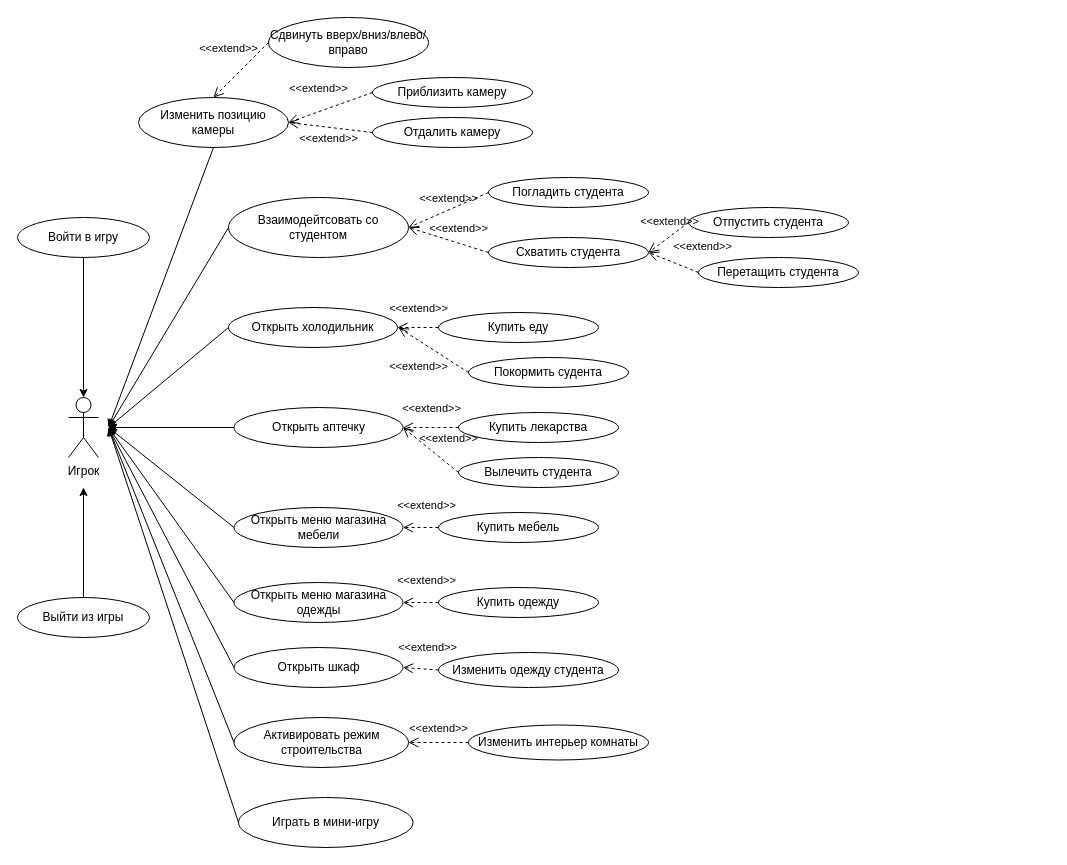
Earlier version of the draw.io diagram UseCase ССМ.drawio (Andeco1/DrawIo). Source tidied: cells renumbered, new cells numbered last; positions are measured from the earlier drawing's top-left corner, leaving out a move shared by most shapes. Both pictures are drawn from the tidied source at 100%, with x=0, y=0 at pixel (17, 17).
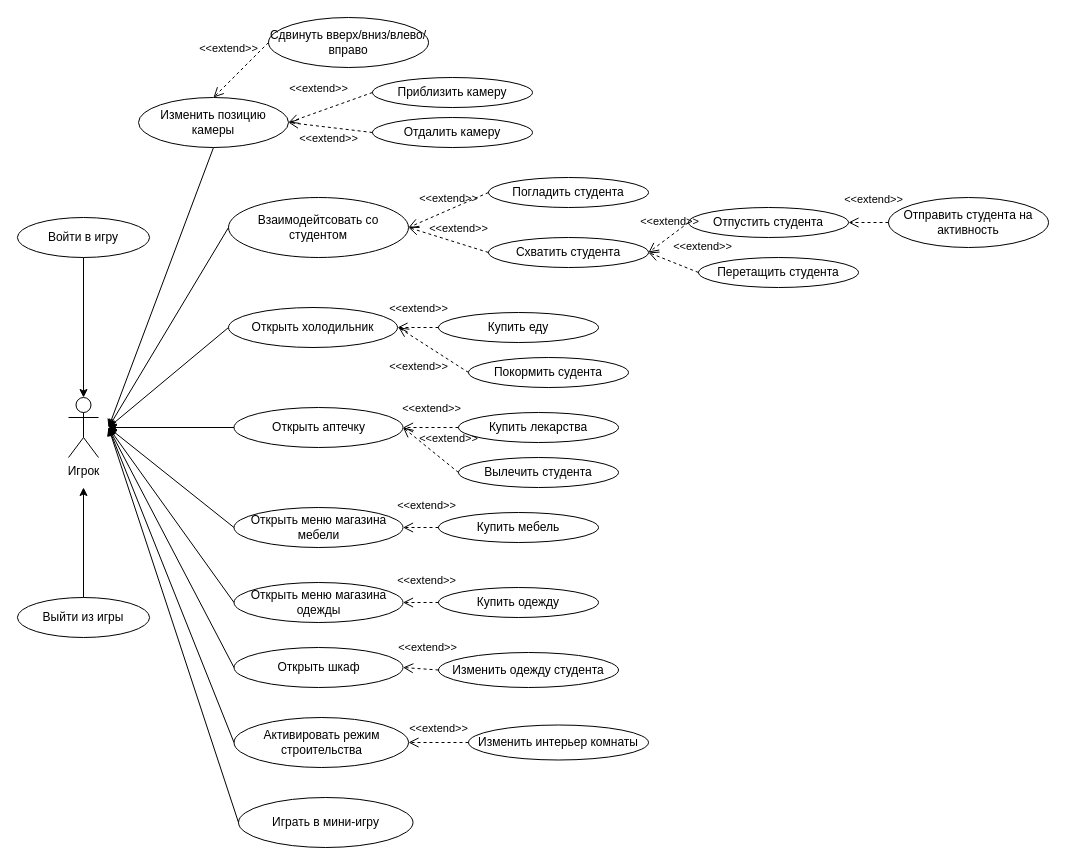
Above is the later version.

Unchanged cells that the change refers to:
```xml
<mxCell id="16" value="Отпустить студента" style="ellipse;whiteSpace=wrap;html=1;" parent="1" vertex="1">
  <mxGeometry x="671" y="190" width="160" height="30" as="geometry" />
</mxCell>
```

Diff of the diagram source:
```diff
@@
+    <mxCell id="55" value="Отправить студента на активность" style="ellipse;whiteSpace=wrap;html=1;" parent="1" vertex="1">
+      <mxGeometry x="871" y="180" width="160" height="50" as="geometry" />
+    </mxCell>
+    <mxCell id="56" value="&amp;lt;&amp;lt;extend&amp;gt;&amp;gt;" style="endArrow=open;startArrow=none;endFill=0;startFill=0;endSize=8;html=1;verticalAlign=bottom;dashed=1;labelBackgroundColor=none;rounded=0;entryX=1;entryY=0.5;entryDx=0;entryDy=0;exitX=0;exitY=0.5;exitDx=0;exitDy=0;" parent="1" edge="1" source="55" target="16">
+      <mxGeometry x="-0.23" y="-14" relative="1" as="geometry" />
+    </mxCell>
```
